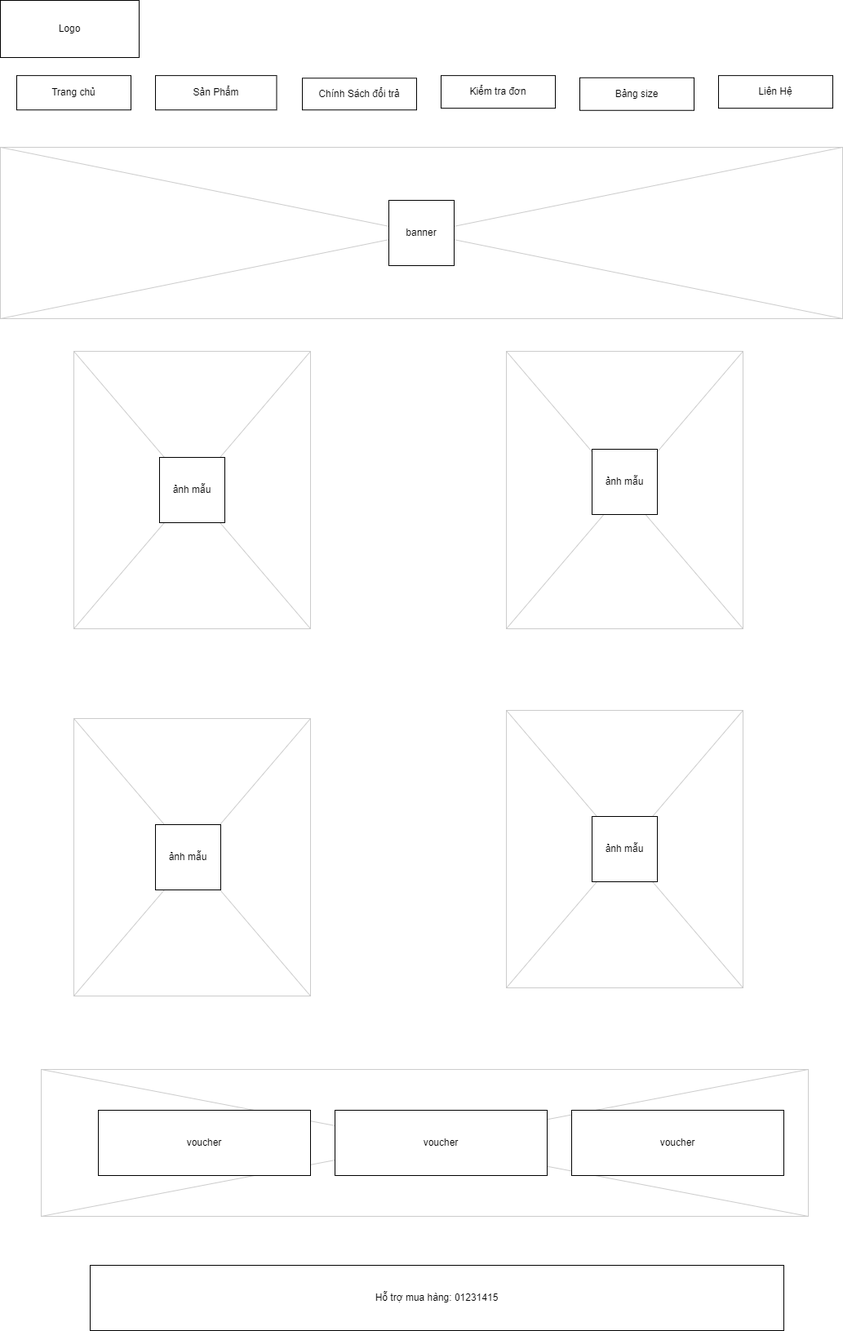
Before: images/web trang chủ.png, a diagram exported from draw.io (Sao123451/saond2). Source tidied: cells renumbered, new cells last; positions are measured from the earlier drawing's top-left corner, leaving out a move shared by most shapes.
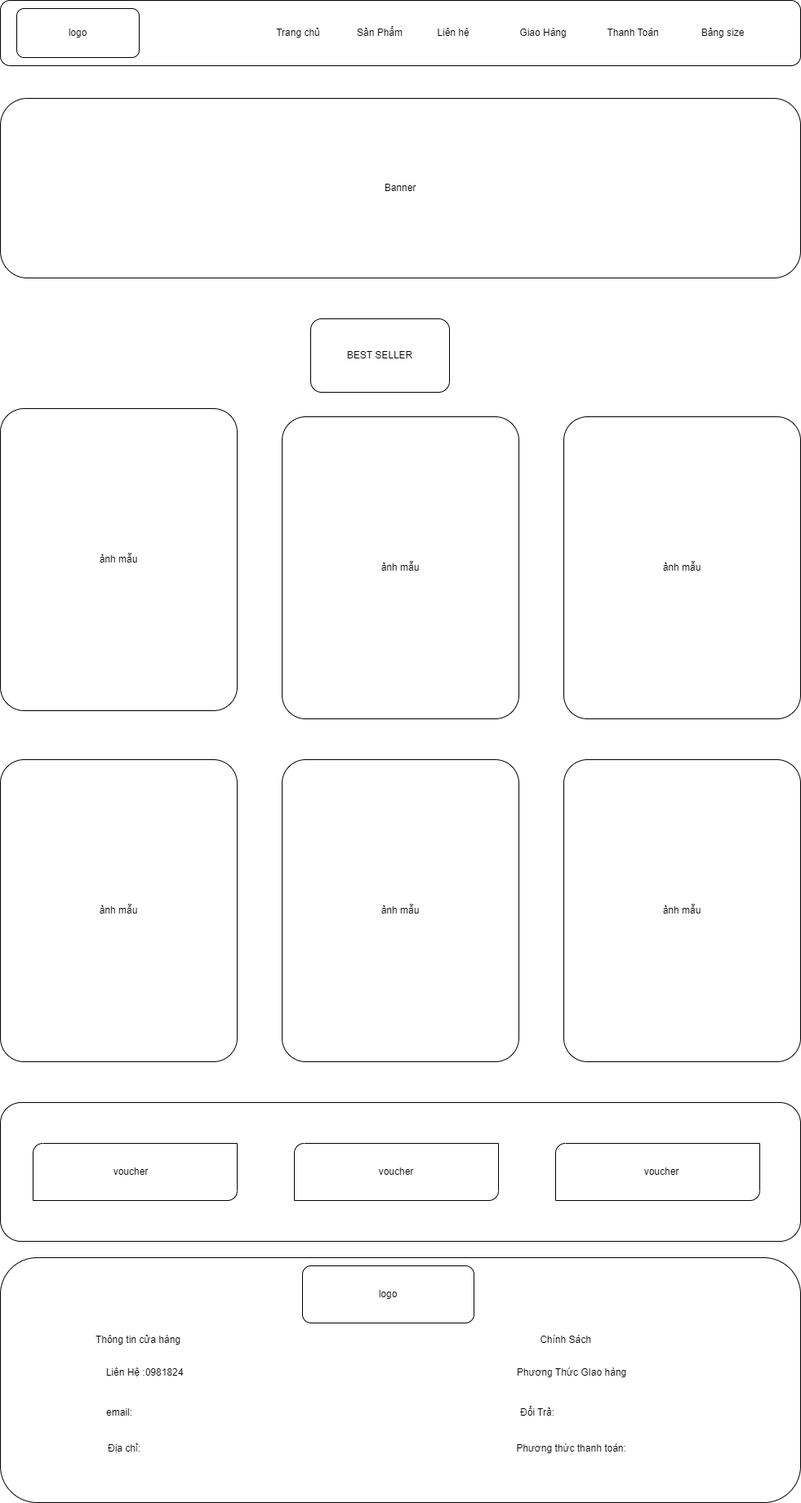
The same file after the commit.

Diff of the diagram source:
```diff
@@ -2,74 +2,104 @@
   <root>
     <mxCell id="0" />
     <mxCell id="1" parent="0" />
-    <mxCell id="2" style="verticalLabelPosition=bottom;verticalAlign=top;strokeWidth=1;shape=mxgraph.mockup.graphics.iconGrid;strokeColor=#CCCCCC;gridSize=1,1;" parent="1" vertex="1">
-      <mxGeometry y="180" width="1032" height="210" as="geometry" />
-    </mxCell>
-    <mxCell id="3" value="Logo" style="rounded=0;whiteSpace=wrap;html=1;" parent="1" vertex="1">
-      <mxGeometry width="170" height="70" as="geometry" />
-    </mxCell>
+    <mxCell id="25" style="rounded=1;whiteSpace=wrap;html=1;" parent="1" vertex="1">
+      <mxGeometry x="30" y="-1690" width="980" height="80" as="geometry" />
+    </mxCell>
+    <mxCell id="26" value="logo" style="rounded=1;whiteSpace=wrap;html=1;" parent="1" vertex="1">
+      <mxGeometry x="50" y="-1680" width="150" height="60" as="geometry" />
+    </mxCell>
+    <mxCell id="27" value="Banner" style="rounded=1;whiteSpace=wrap;html=1;" parent="1" vertex="1">
+      <mxGeometry x="30" y="-1570" width="980" height="220" as="geometry" />
+    </mxCell>
+    <mxCell id="28" value="ảnh mẫu" style="rounded=1;whiteSpace=wrap;html=1;arcSize=10;" parent="1" vertex="1">
+      <mxGeometry x="30" y="-1190" width="290" height="370" as="geometry" />
+    </mxCell>
+    <mxCell id="29" style="rounded=1;whiteSpace=wrap;html=1;" parent="1" vertex="1">
+      <mxGeometry x="30" y="-340" width="980" height="170" as="geometry" />
+    </mxCell>
+    <mxCell id="30" style="rounded=1;whiteSpace=wrap;html=1;" parent="1" vertex="1">
+      <mxGeometry x="30" y="-150" width="980" height="300" as="geometry" />
+    </mxCell>
+    <mxCell id="31" value="Thông tin cửa hàng" style="text;html=1;strokeColor=none;fillColor=none;align=center;verticalAlign=middle;whiteSpace=wrap;rounded=0;" parent="1" vertex="1">
+      <mxGeometry x="84" y="-69" width="230" height="40" as="geometry" />
+    </mxCell>
+    <mxCell id="32" value="Liên Hệ :0981824" style="text;html=1;strokeColor=none;fillColor=none;align=center;verticalAlign=middle;whiteSpace=wrap;rounded=0;" parent="1" vertex="1">
+      <mxGeometry x="92" y="-29" width="230" height="40" as="geometry" />
+    </mxCell>
+    <mxCell id="33" value="email:" style="text;html=1;strokeColor=none;fillColor=none;align=center;verticalAlign=middle;whiteSpace=wrap;rounded=0;" parent="1" vertex="1">
+      <mxGeometry x="71" y="20" width="210" height="40" as="geometry" />
+    </mxCell>
+    <mxCell id="34" value="Địa chỉ:" style="text;html=1;strokeColor=none;fillColor=none;align=center;verticalAlign=middle;whiteSpace=wrap;rounded=0;" parent="1" vertex="1">
+      <mxGeometry x="82" y="64" width="200" height="40" as="geometry" />
+    </mxCell>
+    <mxCell id="35" value="Chính Sách" style="text;html=1;strokeColor=none;fillColor=none;align=center;verticalAlign=middle;whiteSpace=wrap;rounded=0;" parent="1" vertex="1">
+      <mxGeometry x="630" y="-64" width="185" height="30" as="geometry" />
+    </mxCell>
+    <mxCell id="36" value="Đổi Trả:" style="text;html=1;strokeColor=none;fillColor=none;align=center;verticalAlign=middle;whiteSpace=wrap;rounded=0;" parent="1" vertex="1">
+      <mxGeometry x="618" y="25" width="140" height="30" as="geometry" />
+    </mxCell>
+    <mxCell id="37" value="Phương Thức GIao hàng" style="text;html=1;strokeColor=none;fillColor=none;align=center;verticalAlign=middle;whiteSpace=wrap;rounded=0;" parent="1" vertex="1">
+      <mxGeometry x="650" y="-24" width="160" height="30" as="geometry" />
+    </mxCell>
+    <mxCell id="38" value="Phương thức thanh toán:" style="text;html=1;strokeColor=none;fillColor=none;align=center;verticalAlign=middle;whiteSpace=wrap;rounded=0;" parent="1" vertex="1">
+      <mxGeometry x="656.5" y="69" width="145" height="30" as="geometry" />
+    </mxCell>
+    <mxCell id="39" value="logo" style="rounded=1;whiteSpace=wrap;html=1;" parent="1" vertex="1">
+      <mxGeometry x="400" y="-140" width="210" height="70" as="geometry" />
+    </mxCell>
+    <mxCell id="40" value="BEST SELLER" style="rounded=1;whiteSpace=wrap;html=1;" parent="1" vertex="1">
+      <mxGeometry x="410" y="-1300" width="170" height="90" as="geometry" />
+    </mxCell>
-    <mxCell id="4" value="Trang chủ" style="rounded=0;whiteSpace=wrap;html=1;" parent="1" vertex="1">
-      <mxGeometry x="20" y="92.1" width="140" height="42.1" as="geometry" />
+    <mxCell id="4" value="Trang chủ" style="text;html=1;strokeColor=none;fillColor=none;align=center;verticalAlign=middle;whiteSpace=wrap;rounded=0;" parent="1" vertex="1">
+      <mxGeometry x="350" y="-1665" width="90" height="30" as="geometry" />
     </mxCell>
+    <mxCell id="41" value="Liên hệ" style="text;html=1;strokeColor=none;fillColor=none;align=center;verticalAlign=middle;whiteSpace=wrap;rounded=0;" parent="1" vertex="1">
+      <mxGeometry x="540" y="-1665" width="90" height="30" as="geometry" />
+    </mxCell>
-    <mxCell id="5" value="Sản Phẩm" style="rounded=0;whiteSpace=wrap;html=1;" parent="1" vertex="1">
-      <mxGeometry x="190" y="92.1" width="148.5" height="42.1" as="geometry" />
+    <mxCell id="5" value="Sản Phẩm" style="text;html=1;strokeColor=none;fillColor=none;align=center;verticalAlign=middle;whiteSpace=wrap;rounded=0;" parent="1" vertex="1">
+      <mxGeometry x="450" y="-1665" width="90" height="30" as="geometry" />
     </mxCell>
-    <mxCell id="6" value="Liên Hệ" style="rounded=0;whiteSpace=wrap;html=1;" parent="1" vertex="1">
-      <mxGeometry x="880" y="92.1" width="140" height="40" as="geometry" />
-    </mxCell>
-    <mxCell id="7" style="verticalLabelPosition=bottom;verticalAlign=top;strokeWidth=1;shape=mxgraph.mockup.graphics.iconGrid;strokeColor=#CCCCCC;gridSize=1,1;" parent="1" vertex="1">
-      <mxGeometry x="90" y="430" width="290" height="340" as="geometry" />
-    </mxCell>
-    <mxCell id="8" style="verticalLabelPosition=bottom;verticalAlign=top;strokeWidth=1;shape=mxgraph.mockup.graphics.iconGrid;strokeColor=#CCCCCC;gridSize=1,1;" parent="1" vertex="1">
-      <mxGeometry x="620" y="430" width="290" height="340" as="geometry" />
-    </mxCell>
-    <mxCell id="9" style="verticalLabelPosition=bottom;verticalAlign=top;strokeWidth=1;shape=mxgraph.mockup.graphics.iconGrid;strokeColor=#CCCCCC;gridSize=1,1;" parent="1" vertex="1">
-      <mxGeometry x="50" y="1310" width="940" height="180" as="geometry" />
-    </mxCell>
-    <mxCell id="10" value="voucher" style="rounded=0;whiteSpace=wrap;html=1;" parent="1" vertex="1">
-      <mxGeometry x="120" y="1360" width="260" height="80" as="geometry" />
-    </mxCell>
-    <mxCell id="11" value="Hỗ trợ mua hàng: 01231415" style="rounded=0;whiteSpace=wrap;html=1;" parent="1" vertex="1">
-      <mxGeometry x="110" y="1550" width="850" height="80" as="geometry" />
-    </mxCell>
-    <mxCell id="12" value="ảnh mẫu" style="whiteSpace=wrap;html=1;" parent="1" vertex="1">
-      <mxGeometry x="725" y="550" width="80" height="80" as="geometry" />
-    </mxCell>
-    <mxCell id="13" value="banner" style="whiteSpace=wrap;html=1;" parent="1" vertex="1">
-      <mxGeometry x="476" y="245" width="80" height="80" as="geometry" />
-    </mxCell>
-    <mxCell id="14" value="Kiểm tra đơn" style="rounded=0;whiteSpace=wrap;html=1;" parent="1" vertex="1">
-      <mxGeometry x="540" y="92.1" width="140" height="40" as="geometry" />
-    </mxCell>
-    <mxCell id="15" style="edgeStyle=orthogonalEdgeStyle;rounded=0;orthogonalLoop=1;jettySize=auto;html=1;exitX=0.5;exitY=1;exitDx=0;exitDy=0;" parent="1" edge="1" source="4" target="4">
-      <mxGeometry relative="1" as="geometry" />
-    </mxCell>
-    <mxCell id="16" value="Chính Sách đổi trả" style="rounded=0;whiteSpace=wrap;html=1;" parent="1" vertex="1">
-      <mxGeometry x="370" y="95.3" width="140" height="38.9" as="geometry" />
-    </mxCell>
+    <mxCell id="42" value="Thanh Toán" style="text;html=1;strokeColor=none;fillColor=none;align=center;verticalAlign=middle;whiteSpace=wrap;rounded=0;" parent="1" vertex="1">
+      <mxGeometry x="760" y="-1665" width="90" height="30" as="geometry" />
+    </mxCell>
+    <mxCell id="43" value="Giao Hàng" style="text;html=1;strokeColor=none;fillColor=none;align=center;verticalAlign=middle;whiteSpace=wrap;rounded=0;" parent="1" vertex="1">
+      <mxGeometry x="650" y="-1665" width="90" height="30" as="geometry" />
+    </mxCell>
-    <mxCell id="17" value="Bảng size" style="rounded=0;whiteSpace=wrap;html=1;" parent="1" vertex="1">
-      <mxGeometry x="710" y="94.8" width="140" height="40" as="geometry" />
+    <mxCell id="17" value="Bảng size" style="text;html=1;strokeColor=none;fillColor=none;align=center;verticalAlign=middle;whiteSpace=wrap;rounded=0;" parent="1" vertex="1">
+      <mxGeometry x="870" y="-1665" width="90" height="30" as="geometry" />
     </mxCell>
-    <mxCell id="18" style="verticalLabelPosition=bottom;verticalAlign=top;strokeWidth=1;shape=mxgraph.mockup.graphics.iconGrid;strokeColor=#CCCCCC;gridSize=1,1;" parent="1" vertex="1">
-      <mxGeometry x="90" y="880" width="290" height="340" as="geometry" />
-    </mxCell>
-    <mxCell id="19" style="verticalLabelPosition=bottom;verticalAlign=top;strokeWidth=1;shape=mxgraph.mockup.graphics.iconGrid;strokeColor=#CCCCCC;gridSize=1,1;" parent="1" vertex="1">
-      <mxGeometry x="620" y="870" width="290" height="340" as="geometry" />
-    </mxCell>
-    <mxCell id="20" value="ảnh mẫu" style="whiteSpace=wrap;html=1;" parent="1" vertex="1">
-      <mxGeometry x="725" y="1000" width="80" height="80" as="geometry" />
-    </mxCell>
-    <mxCell id="21" value="ảnh mẫu" style="whiteSpace=wrap;html=1;" parent="1" vertex="1">
-      <mxGeometry x="190" y="1010" width="80" height="80" as="geometry" />
-    </mxCell>
-    <mxCell id="22" value="voucher" style="rounded=0;whiteSpace=wrap;html=1;" parent="1" vertex="1">
-      <mxGeometry x="700" y="1360" width="260" height="80" as="geometry" />
-    </mxCell>
-    <mxCell id="23" value="voucher" style="rounded=0;whiteSpace=wrap;html=1;" parent="1" vertex="1">
-      <mxGeometry x="410" y="1360" width="260" height="80" as="geometry" />
-    </mxCell>
-    <mxCell id="24" value="ảnh mẫu" style="whiteSpace=wrap;html=1;" parent="1" vertex="1">
-      <mxGeometry x="195" y="560" width="80" height="80" as="geometry" />
-    </mxCell>
+    <mxCell id="44" value="ảnh mẫu" style="rounded=1;whiteSpace=wrap;html=1;arcSize=10;" parent="1" vertex="1">
+      <mxGeometry x="375" y="-1180" width="290" height="370" as="geometry" />
+    </mxCell>
+    <mxCell id="45" value="ảnh mẫu" style="rounded=1;whiteSpace=wrap;html=1;arcSize=10;" parent="1" vertex="1">
+      <mxGeometry x="720" y="-1180" width="290" height="370" as="geometry" />
+    </mxCell>
+    <mxCell id="46" value="ảnh mẫu" style="rounded=1;whiteSpace=wrap;html=1;arcSize=10;" parent="1" vertex="1">
+      <mxGeometry x="720" y="-760" width="290" height="370" as="geometry" />
+    </mxCell>
+    <mxCell id="47" value="ảnh mẫu" style="rounded=1;whiteSpace=wrap;html=1;arcSize=10;" parent="1" vertex="1">
+      <mxGeometry x="30" y="-760" width="290" height="370" as="geometry" />
+    </mxCell>
+    <mxCell id="48" value="ảnh mẫu" style="rounded=1;whiteSpace=wrap;html=1;arcSize=10;" parent="1" vertex="1">
+      <mxGeometry x="375" y="-760" width="290" height="370" as="geometry" />
+    </mxCell>
+    <mxCell id="49" style="verticalLabelPosition=bottom;verticalAlign=top;html=1;shape=mxgraph.basic.diag_round_rect;dx=6;whiteSpace=wrap;" parent="1" vertex="1">
+      <mxGeometry x="390" y="-290" width="250" height="70" as="geometry" />
+    </mxCell>
+    <mxCell id="50" style="verticalLabelPosition=bottom;verticalAlign=top;html=1;shape=mxgraph.basic.diag_round_rect;dx=6;whiteSpace=wrap;" parent="1" vertex="1">
+      <mxGeometry x="710" y="-290" width="250" height="70" as="geometry" />
+    </mxCell>
+    <mxCell id="51" style="verticalLabelPosition=bottom;verticalAlign=top;html=1;shape=mxgraph.basic.diag_round_rect;dx=6;whiteSpace=wrap;" parent="1" vertex="1">
+      <mxGeometry x="70" y="-290" width="250" height="70" as="geometry" />
+    </mxCell>
+    <mxCell id="52" value="voucher" style="text;html=1;strokeColor=none;fillColor=none;align=center;verticalAlign=middle;whiteSpace=wrap;rounded=0;" parent="1" vertex="1">
+      <mxGeometry x="90" y="-270" width="200" height="30" as="geometry" />
+    </mxCell>
+    <mxCell id="53" value="voucher" style="text;html=1;strokeColor=none;fillColor=none;align=center;verticalAlign=middle;whiteSpace=wrap;rounded=0;" parent="1" vertex="1">
+      <mxGeometry x="740" y="-270" width="200" height="30" as="geometry" />
+    </mxCell>
+    <mxCell id="54" value="voucher" style="text;html=1;strokeColor=none;fillColor=none;align=center;verticalAlign=middle;whiteSpace=wrap;rounded=0;" parent="1" vertex="1">
+      <mxGeometry x="415" y="-270" width="200" height="30" as="geometry" />
+    </mxCell>
   </root>
 </mxGraphModel>
```
